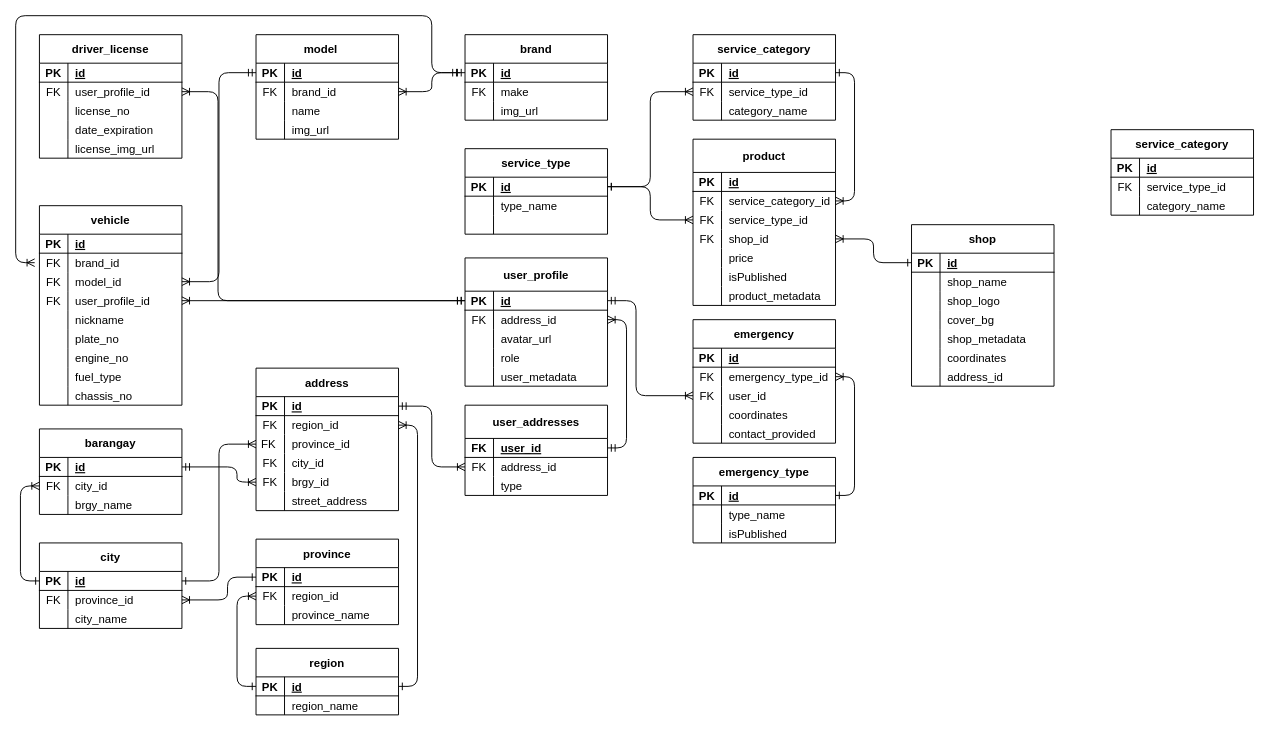
The draw.io diagram Untitled Diagram.drawio in PitZza04/drawIO, before the edit. Source tidied: cells renumbered, new cells numbered last; positions are measured from the earlier drawing's top-left corner, leaving out a move shared by most shapes. Both pictures are drawn from the tidied source at 95%, with x=0, y=0 at pixel (15, 15).
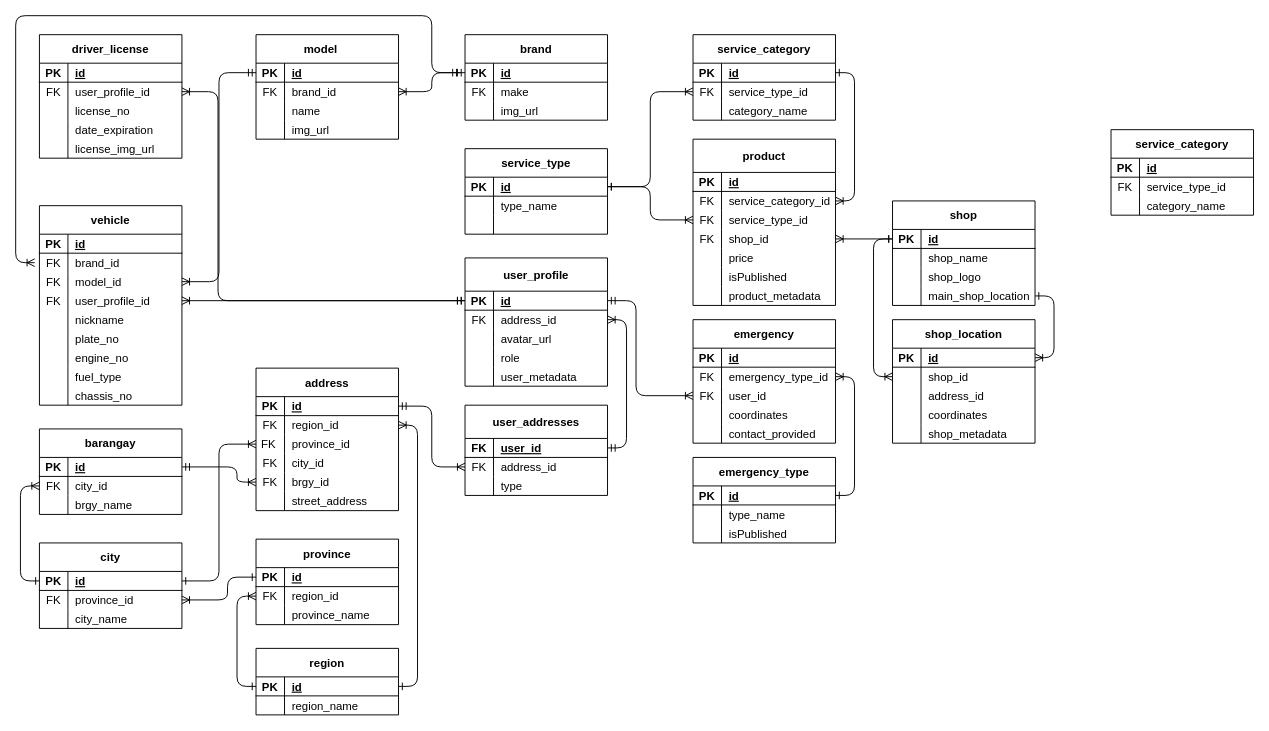
The same page after the edit.

The change refers to these unchanged cells:
```xml
<mxCell id="193" style="shape=partialRectangle;fillColor=none;top=0;left=0;bottom=1;right=0;points=[[0,0.5],[1,0.5]];portConstraint=eastwest;" parent="192" vertex="1">
  <mxGeometry y="30" width="150" height="20" as="geometry" />
</mxCell>
<mxCell id="202" style="shape=partialRectangle;fillColor=none;top=0;left=0;bottom=0;right=0;points=[[0,0.5],[1,0.5]];portConstraint=eastwest;" parent="192" vertex="1">
  <mxGeometry y="90" width="150" height="20" as="geometry" />
</mxCell>
```

Change to the diagram source:
```diff
@@
     <mxCell id="192" value="shop" style="shape=table;startSize=30;childLayout=tableLayout;rowLines=0;fontStyle=1;align=center;" parent="1" vertex="1">
-      <mxGeometry x="943" y="220" width="150" height="170" as="geometry" />
+      <mxGeometry x="923" y="195" width="150" height="110" as="geometry" />
     </mxCell>
@@
-    <mxCell id="204" value="cover_bg" style="shape=partialRectangle;fillColor=none;top=0;left=0;bottom=0;right=0;align=left;spacingLeft=6;overflow=hidden;" parent="202" vertex="1">
+    <mxCell id="204" value="main_shop_location" style="shape=partialRectangle;fillColor=none;top=0;left=0;bottom=0;right=0;align=left;spacingLeft=6;overflow=hidden;" parent="202" vertex="1">
       <mxGeometry x="30" width="120" height="20" as="geometry" />
     </mxCell>
-    <mxCell id="205" style="shape=partialRectangle;fillColor=none;top=0;left=0;bottom=0;right=0;" parent="192" vertex="1">
-      <mxGeometry y="110" width="150" height="20" as="geometry" />
-    </mxCell>
-    <mxCell id="206" style="shape=partialRectangle;fillColor=none;top=0;left=0;bottom=0;right=0;overflow=hidden;" parent="205" vertex="1">
-      <mxGeometry width="30" height="20" as="geometry" />
-    </mxCell>
-    <mxCell id="207" value="shop_metadata" style="shape=partialRectangle;fillColor=none;top=0;left=0;bottom=0;right=0;align=left;spacingLeft=6;overflow=hidden;" parent="205" vertex="1">
-      <mxGeometry x="30" width="120" height="20" as="geometry" />
-    </mxCell>
-    <mxCell id="208" style="shape=partialRectangle;fillColor=none;top=0;left=0;bottom=0;right=0;" parent="192" vertex="1">
-      <mxGeometry y="130" width="150" height="20" as="geometry" />
-    </mxCell>
-    <mxCell id="209" style="shape=partialRectangle;fillColor=none;top=0;left=0;bottom=0;right=0;overflow=hidden;" parent="208" vertex="1">
-      <mxGeometry width="30" height="20" as="geometry" />
-    </mxCell>
-    <mxCell id="210" value="coordinates" style="shape=partialRectangle;fillColor=none;top=0;left=0;bottom=0;right=0;align=left;spacingLeft=6;overflow=hidden;" parent="208" vertex="1">
-      <mxGeometry x="30" width="120" height="20" as="geometry" />
-    </mxCell>
-    <mxCell id="211" style="shape=partialRectangle;fillColor=none;top=0;left=0;bottom=0;right=0;" parent="192" vertex="1">
-      <mxGeometry y="150" width="150" height="20" as="geometry" />
-    </mxCell>
-    <mxCell id="212" style="shape=partialRectangle;fillColor=none;top=0;left=0;bottom=0;right=0;overflow=hidden;" parent="211" vertex="1">
-      <mxGeometry width="30" height="20" as="geometry" />
-    </mxCell>
-    <mxCell id="213" value="address_id" style="shape=partialRectangle;fillColor=none;top=0;left=0;bottom=0;right=0;align=left;spacingLeft=6;overflow=hidden;" parent="211" vertex="1">
-      <mxGeometry x="30" width="120" height="20" as="geometry" />
-    </mxCell>
@@
+    <mxCell id="270" value="shop_location" style="shape=table;startSize=30;childLayout=tableLayout;rowLines=0;fontStyle=1;align=center;" parent="1" vertex="1">
+      <mxGeometry x="923" y="320" width="150" height="130" as="geometry" />
+    </mxCell>
+    <mxCell id="271" style="shape=partialRectangle;fillColor=none;top=0;left=0;bottom=1;right=0;points=[[0,0.5],[1,0.5]];portConstraint=eastwest;" parent="270" vertex="1">
+      <mxGeometry y="30" width="150" height="20" as="geometry" />
+    </mxCell>
+    <mxCell id="272" value="PK" style="shape=partialRectangle;fillColor=none;top=0;left=0;bottom=0;right=0;fontStyle=1;overflow=hidden;" parent="271" vertex="1">
+      <mxGeometry width="30" height="20" as="geometry" />
+    </mxCell>
+    <mxCell id="273" value="id" style="shape=partialRectangle;fillColor=none;top=0;left=0;bottom=0;right=0;align=left;spacingLeft=6;fontStyle=5;overflow=hidden;" parent="271" vertex="1">
+      <mxGeometry x="30" width="120" height="20" as="geometry" />
+    </mxCell>
+    <mxCell id="274" style="shape=partialRectangle;fillColor=none;top=0;left=0;bottom=0;right=0;points=[[0,0.5],[1,0.5]];portConstraint=eastwest;" parent="270" vertex="1">
+      <mxGeometry y="50" width="150" height="20" as="geometry" />
+    </mxCell>
+    <mxCell id="275" style="shape=partialRectangle;fillColor=none;top=0;left=0;bottom=0;right=0;overflow=hidden;" parent="274" vertex="1">
+      <mxGeometry width="30" height="20" as="geometry" />
+    </mxCell>
+    <mxCell id="276" value="shop_id" style="shape=partialRectangle;fillColor=none;top=0;left=0;bottom=0;right=0;align=left;spacingLeft=6;overflow=hidden;" parent="274" vertex="1">
+      <mxGeometry x="30" width="120" height="20" as="geometry" />
+    </mxCell>
+    <mxCell id="277" style="shape=partialRectangle;fillColor=none;top=0;left=0;bottom=0;right=0;" parent="270" vertex="1">
+      <mxGeometry y="70" width="150" height="20" as="geometry" />
+    </mxCell>
+    <mxCell id="278" style="shape=partialRectangle;fillColor=none;top=0;left=0;bottom=0;right=0;overflow=hidden;" parent="277" vertex="1">
+      <mxGeometry width="30" height="20" as="geometry" />
+    </mxCell>
+    <mxCell id="213" value="address_id" style="shape=partialRectangle;fillColor=none;top=0;left=0;bottom=0;right=0;align=left;spacingLeft=6;overflow=hidden;" parent="277" vertex="1">
+      <mxGeometry x="30" width="120" height="20" as="geometry" />
+    </mxCell>
+    <mxCell id="279" style="shape=partialRectangle;fillColor=none;top=0;left=0;bottom=0;right=0;" parent="270" vertex="1">
+      <mxGeometry y="90" width="150" height="20" as="geometry" />
+    </mxCell>
+    <mxCell id="280" style="shape=partialRectangle;fillColor=none;top=0;left=0;bottom=0;right=0;overflow=hidden;" parent="279" vertex="1">
+      <mxGeometry width="30" height="20" as="geometry" />
+    </mxCell>
+    <mxCell id="210" value="coordinates" style="shape=partialRectangle;fillColor=none;top=0;left=0;bottom=0;right=0;align=left;spacingLeft=6;overflow=hidden;" parent="279" vertex="1">
+      <mxGeometry x="30" width="120" height="20" as="geometry" />
+    </mxCell>
+    <mxCell id="205" style="shape=partialRectangle;fillColor=none;top=0;left=0;bottom=0;right=0;" parent="270" vertex="1">
+      <mxGeometry y="110" width="150" height="20" as="geometry" />
+    </mxCell>
+    <mxCell id="281" style="shape=partialRectangle;fillColor=none;top=0;left=0;bottom=0;right=0;overflow=hidden;" parent="205" vertex="1">
+      <mxGeometry width="30" height="20" as="geometry" />
+    </mxCell>
+    <mxCell id="207" value="shop_metadata" style="shape=partialRectangle;fillColor=none;top=0;left=0;bottom=0;right=0;align=left;spacingLeft=6;overflow=hidden;" parent="205" vertex="1">
+      <mxGeometry x="30" width="120" height="20" as="geometry" />
+    </mxCell>
+    <mxCell id="282" style="edgeStyle=orthogonalEdgeStyle;rounded=1;jettySize=auto;html=1;exitX=0;exitY=0.5;exitDx=0;exitDy=0;entryX=0;entryY=0.5;entryDx=0;entryDy=0;startArrow=ERone;startFill=0;endArrow=ERoneToMany;endFill=0;" parent="1" edge="1" source="193" target="274">
+      <mxGeometry relative="1" as="geometry" />
+    </mxCell>
+    <mxCell id="283" style="edgeStyle=orthogonalEdgeStyle;rounded=1;jettySize=auto;html=1;exitX=1;exitY=0.5;exitDx=0;exitDy=0;entryX=1;entryY=0.5;entryDx=0;entryDy=0;startArrow=ERone;startFill=0;endArrow=ERoneToMany;endFill=0;" parent="1" edge="1" source="202" target="271">
+      <mxGeometry relative="1" as="geometry" />
+    </mxCell>
```
